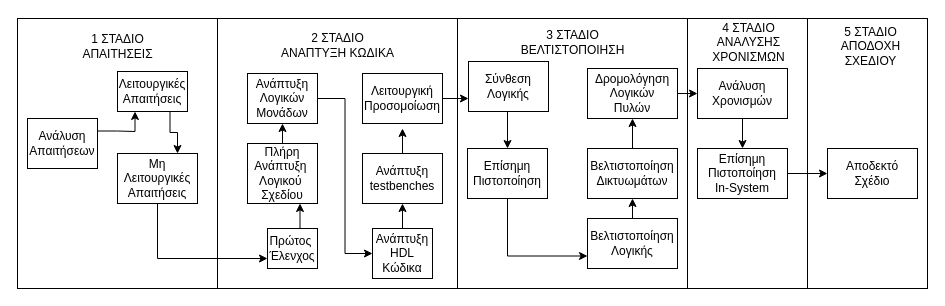
This is Diagrams/verification.drawio from Lefteris-B/Risc-V-SoC-Using-LiteX, a draw.io file, before an edit. Source tidied: cells renumbered, new cells numbered last; positions are measured from the earlier drawing's top-left corner, leaving out a move shared by most shapes. Both pictures are drawn from the tidied source at 100%, with x=0, y=0 at pixel (17, 17).
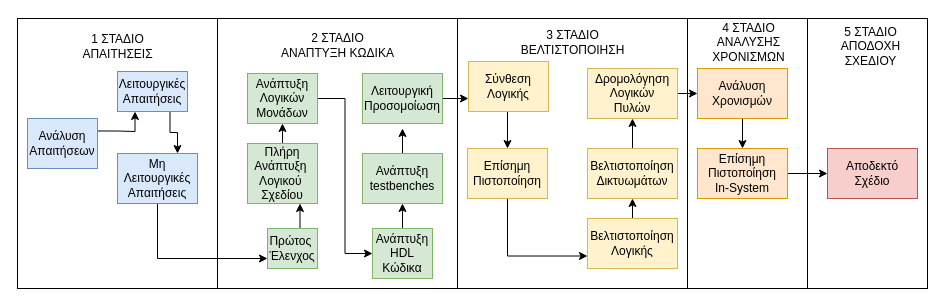
After the change.

What changed in the source:
```diff
@@
-    <mxCell id="8" value="Ανάλυση&lt;br&gt;Απαιτήσεων" style="rounded=0;whiteSpace=wrap;html=1;" parent="1" vertex="1">
+    <mxCell id="8" value="Ανάλυση&lt;br&gt;Απαιτήσεων" style="rounded=0;whiteSpace=wrap;html=1;fillColor=#dae8fc;strokeColor=#6c8ebf;" parent="1" vertex="1">
       <mxGeometry x="10" y="101" width="70" height="50" as="geometry" />
     </mxCell>
@@
-    <mxCell id="10" value="Λειτουργικές&lt;br&gt;Απαιτήσεις" style="rounded=0;whiteSpace=wrap;html=1;" parent="1" vertex="1">
+    <mxCell id="10" value="Λειτουργικές&lt;br&gt;Απαιτήσεις" style="rounded=0;whiteSpace=wrap;html=1;fillColor=#dae8fc;strokeColor=#6c8ebf;" parent="1" vertex="1">
       <mxGeometry x="100" y="54" width="70" height="40" as="geometry" />
     </mxCell>
@@
-    <mxCell id="12" value="Μη&lt;br&gt;Λειτουργικές&lt;br&gt;Απαιτήσεις" style="rounded=0;whiteSpace=wrap;html=1;" parent="1" vertex="1">
+    <mxCell id="12" value="Μη&lt;br&gt;Λειτουργικές&lt;br&gt;Απαιτήσεις" style="rounded=0;whiteSpace=wrap;html=1;fillColor=#dae8fc;strokeColor=#6c8ebf;" parent="1" vertex="1">
       <mxGeometry x="100" y="136" width="80" height="50" as="geometry" />
     </mxCell>
@@
-    <mxCell id="14" value="Ανάπτυξη&lt;br&gt;Λογικών&lt;br&gt;Μονάδων" style="rounded=0;whiteSpace=wrap;html=1;" parent="1" vertex="1">
+    <mxCell id="14" value="Ανάπτυξη&lt;br&gt;Λογικών&lt;br&gt;Μονάδων" style="rounded=0;whiteSpace=wrap;html=1;fillColor=#d5e8d4;strokeColor=#82b366;" parent="1" vertex="1">
       <mxGeometry x="230" y="56" width="70" height="50" as="geometry" />
     </mxCell>
@@
-    <mxCell id="16" value="Πλήρη&lt;br&gt;Ανάπτυξη&amp;nbsp;&lt;br&gt;Λογικού&amp;nbsp;&lt;br&gt;Σχεδίου" style="rounded=0;whiteSpace=wrap;html=1;" parent="1" vertex="1">
+    <mxCell id="16" value="Πλήρη&lt;br&gt;Ανάπτυξη&amp;nbsp;&lt;br&gt;Λογικού&amp;nbsp;&lt;br&gt;Σχεδίου" style="rounded=0;whiteSpace=wrap;html=1;fillColor=#d5e8d4;strokeColor=#82b366;" parent="1" vertex="1">
       <mxGeometry x="230" y="126" width="70" height="60" as="geometry" />
     </mxCell>
@@
-    <mxCell id="18" value="Πρώτος&amp;nbsp;&lt;br&gt;Έλενχος" style="rounded=0;whiteSpace=wrap;html=1;" parent="1" vertex="1">
+    <mxCell id="18" value="Πρώτος&amp;nbsp;&lt;br&gt;Έλενχος" style="rounded=0;whiteSpace=wrap;html=1;fillColor=#d5e8d4;strokeColor=#82b366;" parent="1" vertex="1">
       <mxGeometry x="250" y="211" width="50" height="40" as="geometry" />
     </mxCell>
@@
-    <mxCell id="20" value="Ανάπτυξη&lt;br&gt;HDL&lt;br&gt;Κώδικα" style="rounded=0;whiteSpace=wrap;html=1;" parent="1" vertex="1">
+    <mxCell id="20" value="Ανάπτυξη&lt;br&gt;HDL&lt;br&gt;Κώδικα" style="rounded=0;whiteSpace=wrap;html=1;fillColor=#d5e8d4;strokeColor=#82b366;" parent="1" vertex="1">
       <mxGeometry x="355" y="211" width="60" height="50" as="geometry" />
     </mxCell>
@@
-    <mxCell id="22" value="Ανάπτυξη&lt;br&gt;testbenches" style="rounded=0;whiteSpace=wrap;html=1;" parent="1" vertex="1">
+    <mxCell id="22" value="Ανάπτυξη&lt;br&gt;testbenches" style="rounded=0;whiteSpace=wrap;html=1;fillColor=#d5e8d4;strokeColor=#82b366;" parent="1" vertex="1">
       <mxGeometry x="345" y="136" width="80" height="50" as="geometry" />
     </mxCell>
@@
-    <mxCell id="24" value="Λειτουργική&lt;br&gt;Προσομοίωση" style="rounded=0;whiteSpace=wrap;html=1;" parent="1" vertex="1">
+    <mxCell id="24" value="Λειτουργική&lt;br&gt;Προσομοίωση" style="rounded=0;whiteSpace=wrap;html=1;fillColor=#d5e8d4;strokeColor=#82b366;" parent="1" vertex="1">
       <mxGeometry x="345" y="56" width="80" height="50" as="geometry" />
     </mxCell>
@@
-    <mxCell id="26" value="Σύνθεση&lt;br&gt;Λογικής" style="rounded=0;whiteSpace=wrap;html=1;" parent="1" vertex="1">
+    <mxCell id="26" value="Σύνθεση&lt;br&gt;Λογικής" style="rounded=0;whiteSpace=wrap;html=1;fillColor=#fff2cc;strokeColor=#d6b656;" parent="1" vertex="1">
       <mxGeometry x="451" y="44" width="80" height="50" as="geometry" />
     </mxCell>
@@
-    <mxCell id="28" value="Επίσημη&lt;br&gt;Πιστοποίηση" style="rounded=0;whiteSpace=wrap;html=1;" parent="1" vertex="1">
+    <mxCell id="28" value="Επίσημη&lt;br&gt;Πιστοποίηση" style="rounded=0;whiteSpace=wrap;html=1;fillColor=#fff2cc;strokeColor=#d6b656;" parent="1" vertex="1">
       <mxGeometry x="450" y="131" width="80" height="50" as="geometry" />
     </mxCell>
@@
-    <mxCell id="30" value="Βελτιστοποίηση&lt;br&gt;Λογικής" style="rounded=0;whiteSpace=wrap;html=1;" parent="1" vertex="1">
+    <mxCell id="30" value="Βελτιστοποίηση&lt;br&gt;Λογικής" style="rounded=0;whiteSpace=wrap;html=1;fillColor=#fff2cc;strokeColor=#d6b656;" parent="1" vertex="1">
       <mxGeometry x="570" y="201" width="90" height="50" as="geometry" />
     </mxCell>
@@
-    <mxCell id="32" value="Βελτιστοποίηση&lt;br&gt;Δικτυωμάτων" style="rounded=0;whiteSpace=wrap;html=1;" parent="1" vertex="1">
+    <mxCell id="32" value="Βελτιστοποίηση&lt;br&gt;Δικτυωμάτων" style="rounded=0;whiteSpace=wrap;html=1;fillColor=#fff2cc;strokeColor=#d6b656;" parent="1" vertex="1">
       <mxGeometry x="570" y="131" width="90" height="50" as="geometry" />
     </mxCell>
@@
-    <mxCell id="34" value="Δρομολόγηση&lt;br&gt;Λογικών&lt;br&gt;Πυλών" style="rounded=0;whiteSpace=wrap;html=1;" parent="1" vertex="1">
+    <mxCell id="34" value="Δρομολόγηση&lt;br&gt;Λογικών&lt;br&gt;Πυλών" style="rounded=0;whiteSpace=wrap;html=1;fillColor=#fff2cc;strokeColor=#d6b656;" parent="1" vertex="1">
       <mxGeometry x="570" y="51" width="90" height="50" as="geometry" />
     </mxCell>
@@
-    <mxCell id="36" value="Ανάλυση&lt;br&gt;Χρονισμών" style="rounded=0;whiteSpace=wrap;html=1;" parent="1" vertex="1">
+    <mxCell id="36" value="Ανάλυση&lt;br&gt;Χρονισμών" style="rounded=0;whiteSpace=wrap;html=1;fillColor=#ffe6cc;strokeColor=#d79b00;" parent="1" vertex="1">
       <mxGeometry x="680" y="51" width="90" height="50" as="geometry" />
     </mxCell>
@@
-    <mxCell id="38" value="Επίσημη&lt;br&gt;Πιστοποίηση&lt;br&gt;In-System" style="rounded=0;whiteSpace=wrap;html=1;" parent="1" vertex="1">
+    <mxCell id="38" value="Επίσημη&lt;br&gt;Πιστοποίηση&lt;br&gt;In-System" style="rounded=0;whiteSpace=wrap;html=1;fillColor=#ffe6cc;strokeColor=#d79b00;" parent="1" vertex="1">
       <mxGeometry x="680" y="131" width="90" height="50" as="geometry" />
     </mxCell>
-    <mxCell id="39" value="Αποδεκτό&lt;br&gt;Σχέδιο" style="rounded=0;whiteSpace=wrap;html=1;" parent="1" vertex="1">
+    <mxCell id="39" value="Αποδεκτό&lt;br&gt;Σχέδιο" style="rounded=0;whiteSpace=wrap;html=1;fillColor=#f8cecc;strokeColor=#b85450;" parent="1" vertex="1">
       <mxGeometry x="810" y="131" width="90" height="50" as="geometry" />
     </mxCell>
```
